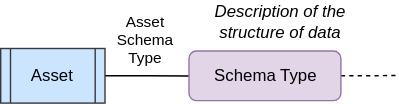
Earlier version of the draw.io export site/docs/practices/common-data-definitions/semantic-to-implementation-assets-and-schemas.svg (odpi/egeria-docs). Source tidied: cells renumbered, new cells last; positions are measured from the earlier drawing's top-left corner, leaving out a move shared by most shapes.
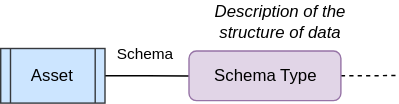
After the change.

The edit, as a diff of the source:
```diff
@@ -19,8 +19,8 @@
     <mxCell id="6" value="Description of the structure of data" style="text;html=1;strokeColor=none;fillColor=none;align=center;verticalAlign=middle;whiteSpace=wrap;rounded=0;fontSize=12;fontColor=#000000;fontStyle=2;" parent="1" vertex="1">
       <mxGeometry x="144.5" width="110" height="30" as="geometry" />
     </mxCell>
-    <mxCell id="7" value="Asset&lt;br&gt;Schema&lt;br&gt;Type" style="text;html=1;align=center;verticalAlign=middle;strokeColor=none;fillColor=none;fontSize=11;" parent="1" vertex="1">
-      <mxGeometry x="72.5" y="3" width="60" height="50" as="geometry" />
+    <mxCell id="7" value="Schema" style="text;html=1;align=center;verticalAlign=middle;strokeColor=none;fillColor=none;fontSize=11;" parent="1" vertex="1">
+      <mxGeometry x="72.5" y="23" width="60" height="30" as="geometry" />
     </mxCell>
   </root>
 </mxGraphModel>
```
